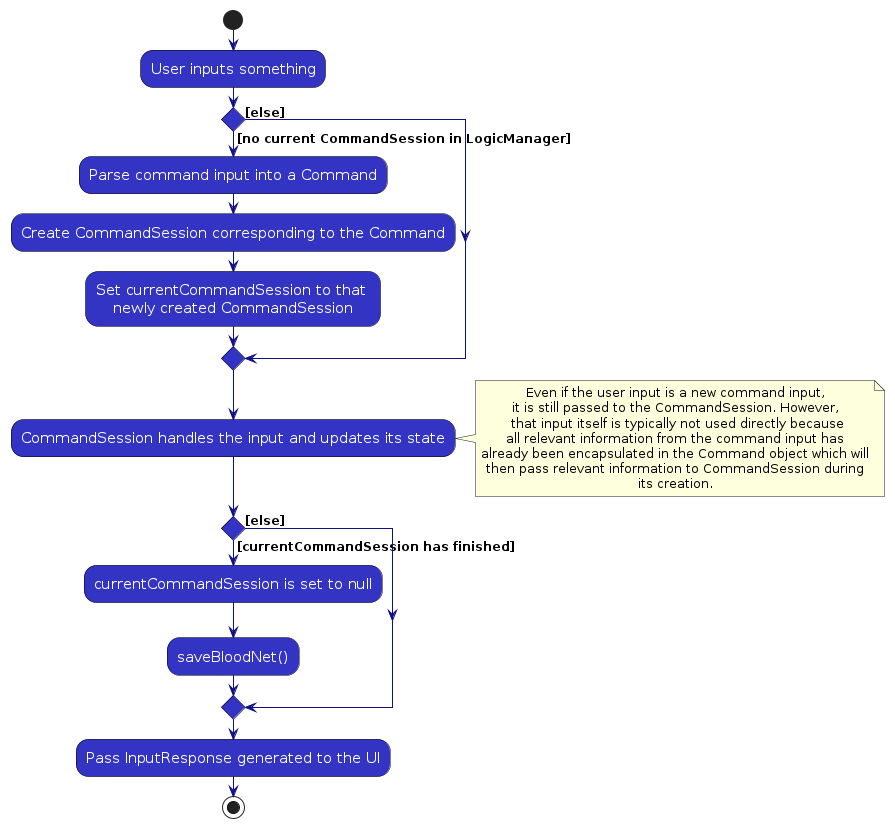
Before: diagrams/CommandSessionActivityDiagram.png, a diagram exported from PlantUML (AY2526S1-CS2103T-T16-4/tp). Its source is kept beside it as diagrams/CommandSessionActivityDiagram.puml.
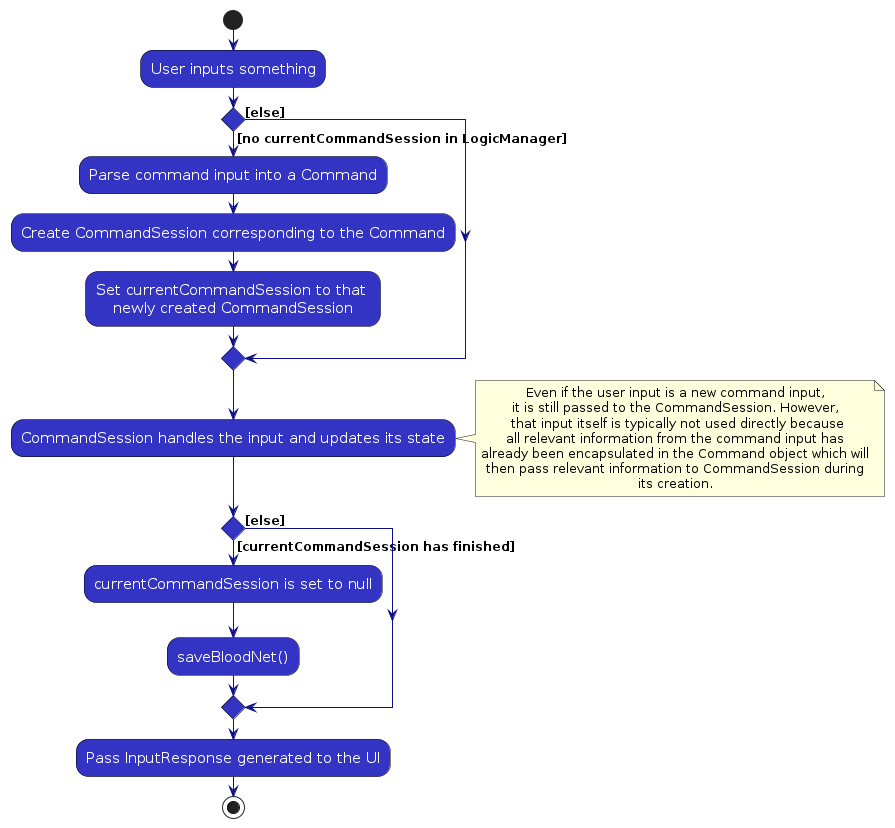
After the commit.

Change to the diagram source:
```diff
@@ -10,7 +10,7 @@
 skinparam ArrowFontSize 12
 start
 :User inputs something;
-if () then ([no current CommandSession in LogicManager])
+if () then ([no currentCommandSession in LogicManager])
     :Parse command input into a Command;
     :Create CommandSession corresponding to the Command;
     :Set currentCommandSession to that \nnewly created CommandSession;
```
